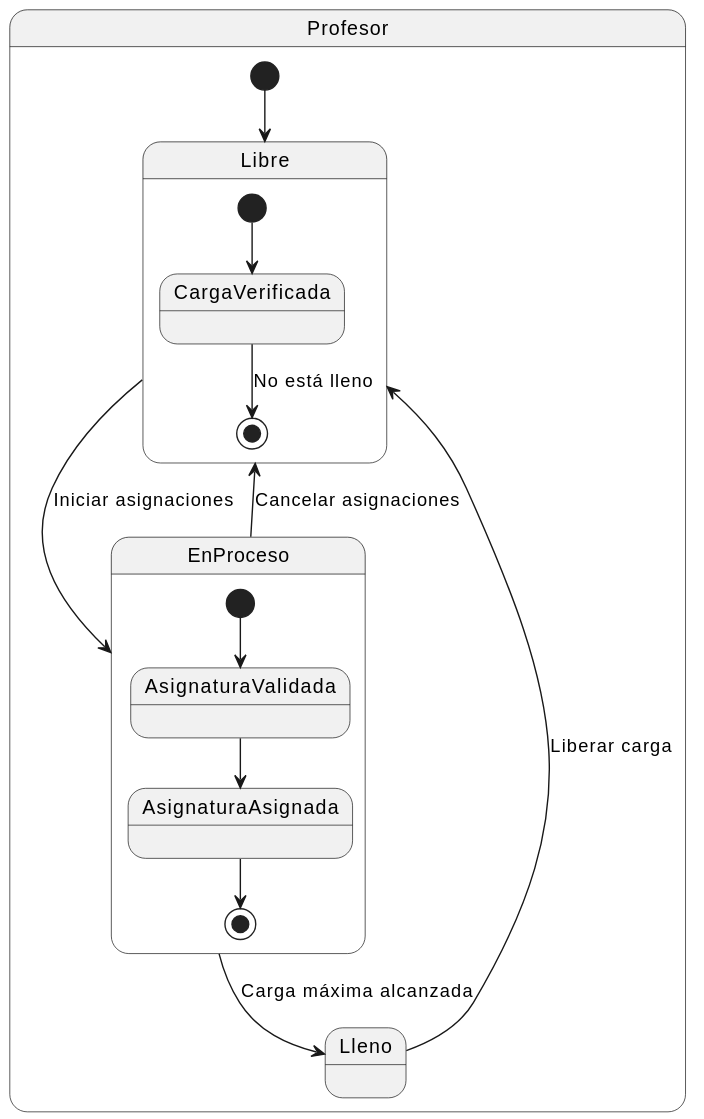
Above: images/modelosUML/MdD/DiagramaEstadosProfesor.svg in mmasias/24-25-IdSw1-SDR (PlantUML), before the change.
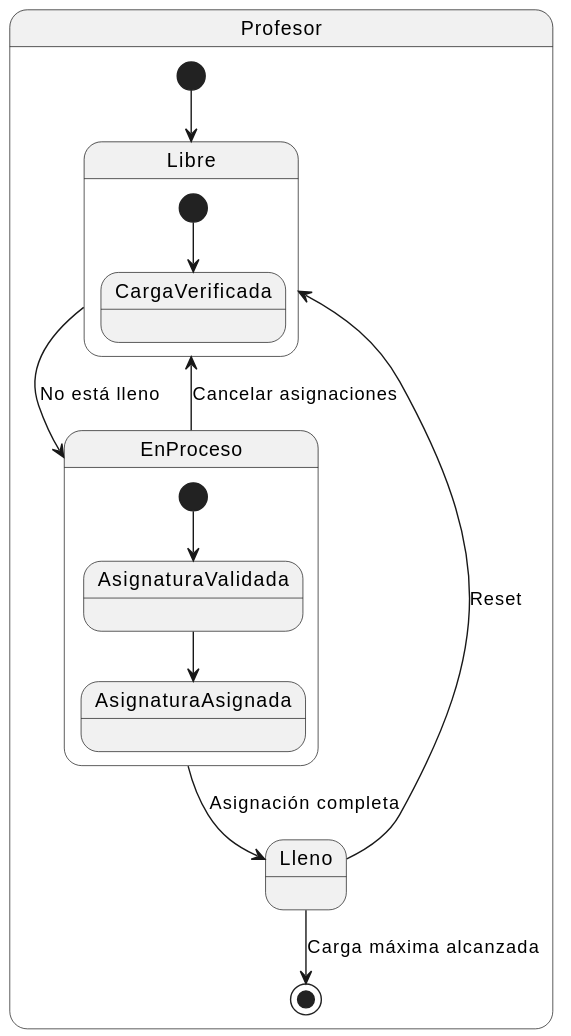
The same diagram one commit later.

Commit message:
Actualizar diagramas de estados de Asignatura y Profesor con nuevas transiciones y descripciones

Change to the diagram source:
```diff
@@ -4,18 +4,17 @@
 
     state Libre {
         [*] --> CargaVerificada
-        CargaVerificada --> [*]: No está lleno
     }
 
     state EnProceso {
         [*] --> AsignaturaValidada
         AsignaturaValidada --> AsignaturaAsignada
-        AsignaturaAsignada --> [*]
     }
 
-    Libre --> EnProceso: Iniciar asignaciones
-    EnProceso --> Lleno: Carga máxima alcanzada
-    Lleno --> Libre: Liberar carga
+    Libre --> EnProceso: No está lleno
+    EnProceso --> Lleno: Asignación completa
+    Lleno --> Libre: Reset
+    Lleno --> [*]: Carga máxima alcanzada
     EnProceso --> Libre: Cancelar asignaciones
 }
 @enduml
```
